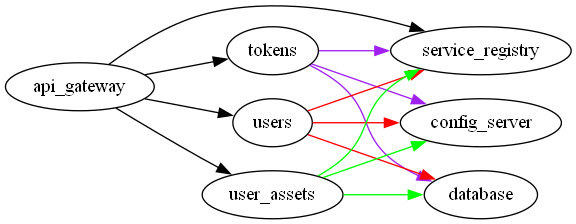
Above: src/backend/docs/services_graph.png in nicolacimmino/FrameworksTesting (Graphviz), before the change. Its source is kept beside it as src/backend/docs/services_graph.dot.
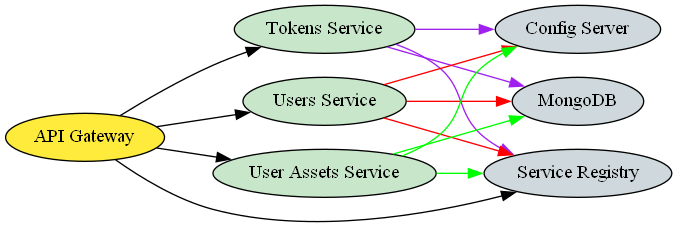
The same file after the commit.

Change to the diagram source:
```diff
@@ -1,5 +1,18 @@
 digraph architecture {
   rankdir=LR;
+
+  node[fillcolor="#FFEB3B" style="filled" fontcolor="black"];
+    api_gateway[label="API Gateway"];
+
+  node[fillcolor="#C8E6C9" style="filled" fontcolor="black"];
+    tokens[label="Tokens Service"];
+    users[label="Users Service"];
+    user_assets[label="User Assets Service"];
+
+  node[fillcolor="#CFD8DC" style="filled" fontcolor="black"];
+    database[label="MongoDB"];
+    config_server[label="Config Server"];
+    service_registry[label="Service Registry"];
 
   subgraph edge_services {
       api_gateway -> {
```
